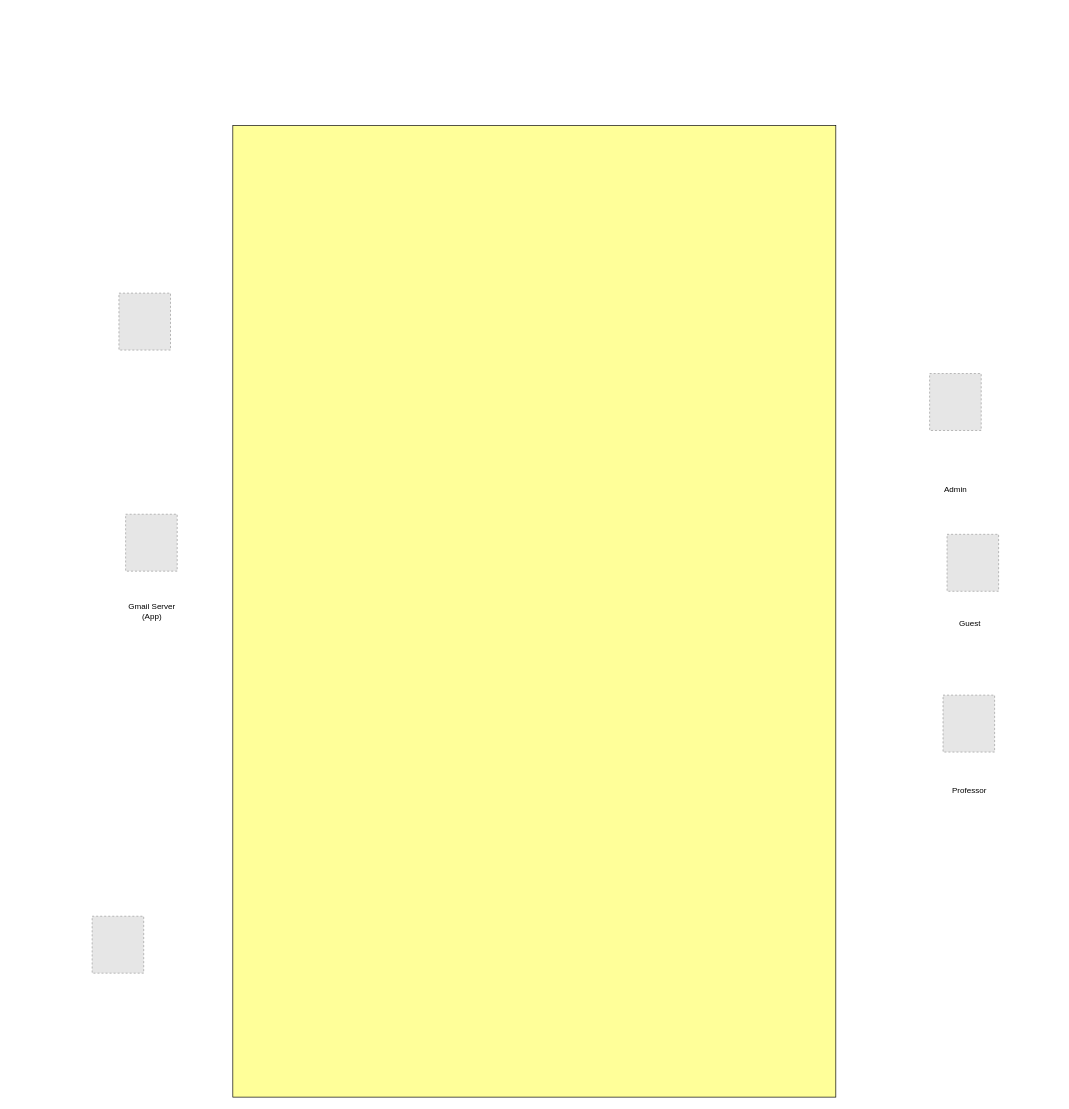
Earlier version of the draw.io diagram _UseCaseDiag.drawio (SairajLoke/SoftwareDiagrams). Source tidied: cells renumbered, new cells numbered last; positions are measured from the earlier drawing's top-left corner, leaving out a move shared by most shapes. Both pictures are drawn from the tidied source at 67%, with x=0, y=0 at pixel (92, 125). Pictures stored in the file or linked from it are replaced by grey dashed boxes.
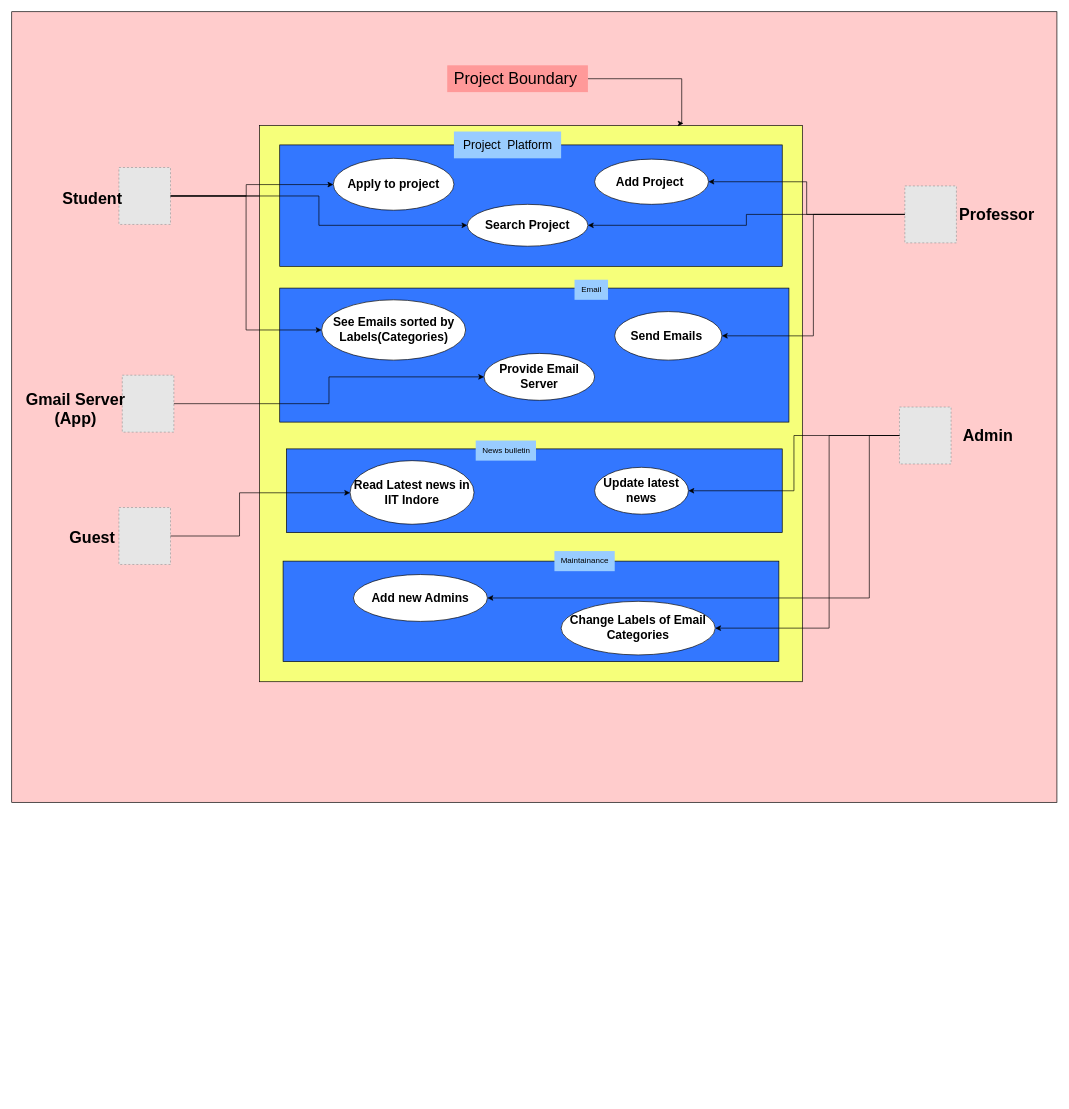
The same page after the edit.

The edit, as a diff of the source:
```diff
@@
+    <mxCell id="13" style="rounded=0;whiteSpace=wrap;html=1;fillColor=#FFCCCC;" parent="1" vertex="1">
+      <mxGeometry x="-120" y="-170" width="1560" height="1180" as="geometry" />
+    </mxCell>
+    <mxCell id="14" style="edgeStyle=orthogonalEdgeStyle;rounded=0;jettySize=auto;html=1;" parent="1" edge="1" source="7" target="33">
+      <mxGeometry relative="1" as="geometry" />
+    </mxCell>
-    <mxCell id="2" style="rounded=0;whiteSpace=wrap;html=1;fillColor=#FFFF99;" parent="1" vertex="1">
-      <mxGeometry x="210" width="900" height="1450" as="geometry" />
+    <mxCell id="2" style="rounded=0;whiteSpace=wrap;html=1;fillColor=#F6FF7A;" parent="1" vertex="1">
+      <mxGeometry x="250" width="810" height="830" as="geometry" />
     </mxCell>
     <mxCell id="3" style="fillColor=#E6E6E6;strokeColor=#999999;dashed=1;verticalLabelPosition=bottom;labelBackgroundColor=default;verticalAlign=top;" parent="1" vertex="1">
-      <mxGeometry x="1250" y="370" width="77" height="85" as="geometry" />
+      <mxGeometry x="1205" y="420" width="77" height="85" as="geometry" />
     </mxCell>
-    <mxCell id="4" style="fillColor=#E6E6E6;strokeColor=#999999;dashed=1;verticalLabelPosition=bottom;labelBackgroundColor=default;verticalAlign=top;" parent="1" vertex="1">
-      <mxGeometry y="1180" width="77" height="85" as="geometry" />
-    </mxCell>
     <mxCell id="5" style="fillColor=#E6E6E6;strokeColor=#999999;dashed=1;verticalLabelPosition=bottom;labelBackgroundColor=default;verticalAlign=top;" parent="1" vertex="1">
-      <mxGeometry x="1276" y="610" width="77" height="85" as="geometry" />
+      <mxGeometry x="40" y="570" width="77" height="85" as="geometry" />
     </mxCell>
     <mxCell id="6" style="fillColor=#E6E6E6;strokeColor=#999999;dashed=1;verticalLabelPosition=bottom;labelBackgroundColor=default;verticalAlign=top;" parent="1" vertex="1">
-      <mxGeometry x="50" y="580" width="77" height="85" as="geometry" />
+      <mxGeometry x="45" y="372.5" width="77" height="85" as="geometry" />
     </mxCell>
     <mxCell id="7" style="fillColor=#E6E6E6;strokeColor=#999999;dashed=1;verticalLabelPosition=bottom;labelBackgroundColor=default;verticalAlign=top;" parent="1" vertex="1">
-      <mxGeometry x="40" y="250" width="77" height="85" as="geometry" />
+      <mxGeometry x="40" y="62.5" width="77" height="85" as="geometry" />
     </mxCell>
     <mxCell id="8" style="fillColor=#E6E6E6;strokeColor=#999999;dashed=1;verticalLabelPosition=bottom;labelBackgroundColor=default;verticalAlign=top;" parent="1" vertex="1">
-      <mxGeometry x="1270" y="850" width="77" height="85" as="geometry" />
+      <mxGeometry x="1213" y="90" width="77" height="85" as="geometry" />
     </mxCell>
-    <mxCell id="9" value="Admin&amp;nbsp;" style="text;html=1;align=center;verticalAlign=middle;strokeColor=none;fillColor=none;" parent="1" vertex="1">
-      <mxGeometry x="1260" y="528" width="60" height="30" as="geometry" />
+    <mxCell id="9" value="&lt;font style=&quot;font-size: 24px;&quot;&gt;&lt;b&gt;Admin&amp;nbsp;&lt;/b&gt;&lt;/font&gt;" style="text;html=1;align=center;verticalAlign=middle;strokeColor=none;fillColor=none;" parent="1" vertex="1">
+      <mxGeometry x="1290" y="442.5" width="100" height="40" as="geometry" />
     </mxCell>
-    <mxCell id="10" value="Guest" style="text;html=1;align=center;verticalAlign=middle;strokeColor=none;fillColor=none;" parent="1" vertex="1">
-      <mxGeometry x="1280" y="728" width="60" height="30" as="geometry" />
+    <mxCell id="10" value="&lt;font style=&quot;font-size: 24px;&quot;&gt;&lt;b&gt;Guest&lt;/b&gt;&lt;/font&gt;" style="text;html=1;align=center;verticalAlign=middle;strokeColor=none;fillColor=none;" parent="1" vertex="1">
+      <mxGeometry x="-45" y="595" width="90" height="40" as="geometry" />
     </mxCell>
-    <mxCell id="11" value="Professor" style="text;html=1;align=center;verticalAlign=middle;strokeColor=none;fillColor=none;" parent="1" vertex="1">
-      <mxGeometry x="1273.5" y="977.5" width="70" height="30" as="geometry" />
+    <mxCell id="11" value="&lt;font style=&quot;font-size: 24px;&quot;&gt;&lt;b&gt;Professor&lt;/b&gt;&lt;/font&gt;" style="text;html=1;align=center;verticalAlign=middle;strokeColor=none;fillColor=none;" parent="1" vertex="1">
+      <mxGeometry x="1280" y="112.5" width="140" height="40" as="geometry" />
     </mxCell>
-    <mxCell id="12" value="Gmail Server&lt;br&gt;(App)" style="text;html=1;align=center;verticalAlign=middle;strokeColor=none;fillColor=none;" parent="1" vertex="1">
-      <mxGeometry x="43.5" y="705" width="90" height="40" as="geometry" />
+    <mxCell id="12" value="&lt;font style=&quot;font-size: 24px;&quot;&gt;&lt;b&gt;Gmail Server&lt;br&gt;(App)&lt;/b&gt;&lt;/font&gt;" style="text;html=1;align=center;verticalAlign=middle;strokeColor=none;fillColor=none;" parent="1" vertex="1">
+      <mxGeometry x="-110" y="387.5" width="170" height="70" as="geometry" />
     </mxCell>
+    <mxCell id="15" value="&lt;font style=&quot;font-size: 24px;&quot;&gt;&lt;b&gt;Student&lt;/b&gt;&lt;/font&gt;" style="text;html=1;align=center;verticalAlign=middle;strokeColor=none;fillColor=none;" parent="1" vertex="1">
+      <mxGeometry x="-55" y="90" width="110" height="40" as="geometry" />
+    </mxCell>
+    <mxCell id="16" style="rounded=0;whiteSpace=wrap;html=1;fillColor=#3377FF;" parent="1" vertex="1">
+      <mxGeometry x="280" y="242.5" width="760" height="200" as="geometry" />
+    </mxCell>
+    <mxCell id="17" value="Email" style="text;html=1;align=center;verticalAlign=middle;strokeColor=none;fillColor=#99CCFF;" parent="1" vertex="1">
+      <mxGeometry x="720" y="230" width="50" height="30" as="geometry" />
+    </mxCell>
+    <mxCell id="18" style="rounded=0;whiteSpace=wrap;html=1;fillColor=#3377FF;" parent="1" vertex="1">
+      <mxGeometry x="285" y="650" width="740" height="150" as="geometry" />
+    </mxCell>
+    <mxCell id="19" style="rounded=0;whiteSpace=wrap;html=1;fillColor=#3377FF;" parent="1" vertex="1">
+      <mxGeometry x="290" y="482.5" width="740" height="125" as="geometry" />
+    </mxCell>
+    <mxCell id="20" style="rounded=0;whiteSpace=wrap;html=1;fillColor=#3377FF;" parent="1" vertex="1">
+      <mxGeometry x="280" y="28.8" width="750" height="181.2" as="geometry" />
+    </mxCell>
+    <mxCell id="21" style="edgeStyle=orthogonalEdgeStyle;rounded=0;jettySize=auto;html=1;entryX=0.781;entryY=-0.004;entryDx=0;entryDy=0;entryPerimeter=0;" parent="1" edge="1" source="22" target="2">
+      <mxGeometry relative="1" as="geometry">
+        <Array as="points">
+          <mxPoint x="880" y="-70" />
+          <mxPoint x="880" y="-3" />
+        </Array>
+      </mxGeometry>
+    </mxCell>
+    <mxCell id="22" value="&lt;font style=&quot;font-size: 24px;&quot;&gt;Project Boundary&amp;nbsp;&lt;/font&gt;" style="text;html=1;align=center;verticalAlign=middle;points=[];strokeColor=none;fillColor=#FF9999;" parent="1" vertex="1">
+      <mxGeometry x="530" y="-90" width="210" height="40" as="geometry" />
+    </mxCell>
+    <mxCell id="23" value="&lt;font style=&quot;font-size: 18px;&quot;&gt;Project&amp;nbsp; Platform&lt;/font&gt;" style="text;html=1;align=center;verticalAlign=middle;strokeColor=none;fillColor=#99CCFF;" parent="1" vertex="1">
+      <mxGeometry x="540" y="8.8" width="160" height="40" as="geometry" />
+    </mxCell>
+    <mxCell id="24" value="News bulletin" style="text;html=1;align=center;verticalAlign=middle;strokeColor=none;fillColor=#99CCFF;" parent="1" vertex="1">
+      <mxGeometry x="572.5" y="470" width="90" height="30" as="geometry" />
+    </mxCell>
+    <mxCell id="25" value="&lt;font style=&quot;font-size: 18px;&quot;&gt;&lt;b&gt;Provide Email Server&lt;/b&gt;&lt;/font&gt;" style="ellipse;whiteSpace=wrap;html=1;" parent="1" vertex="1">
+      <mxGeometry x="585" y="340" width="165" height="70" as="geometry" />
+    </mxCell>
+    <mxCell id="26" value="&lt;font style=&quot;font-size: 18px;&quot;&gt;&lt;b&gt;Change Labels of Email Categories&lt;/b&gt;&lt;/font&gt;" style="ellipse;whiteSpace=wrap;html=1;" parent="1" vertex="1">
+      <mxGeometry x="700" y="710" width="230" height="80" as="geometry" />
+    </mxCell>
+    <mxCell id="27" value="&lt;font style=&quot;font-size: 18px;&quot;&gt;&lt;b&gt;Update latest news&lt;/b&gt;&lt;/font&gt;" style="ellipse;whiteSpace=wrap;html=1;" parent="1" vertex="1">
+      <mxGeometry x="750" y="510" width="140" height="70" as="geometry" />
+    </mxCell>
+    <mxCell id="28" value="&lt;font style=&quot;font-size: 18px;&quot;&gt;&lt;b&gt;Read Latest news in IIT Indore&lt;/b&gt;&lt;/font&gt;" style="ellipse;whiteSpace=wrap;html=1;" parent="1" vertex="1">
+      <mxGeometry x="385" y="500" width="185" height="95" as="geometry" />
+    </mxCell>
+    <mxCell id="29" value="&lt;font style=&quot;font-size: 18px;&quot;&gt;&lt;b&gt;Add new Admins&lt;/b&gt;&lt;/font&gt;" style="ellipse;whiteSpace=wrap;html=1;" parent="1" vertex="1">
+      <mxGeometry x="390" y="670" width="200" height="70" as="geometry" />
+    </mxCell>
+    <mxCell id="30" value="Maintainance" style="text;html=1;align=center;verticalAlign=middle;strokeColor=none;fillColor=#99CCFF;" parent="1" vertex="1">
+      <mxGeometry x="690" y="635" width="90" height="30" as="geometry" />
+    </mxCell>
+    <mxCell id="31" value="&lt;font style=&quot;font-size: 18px;&quot;&gt;&lt;b&gt;See Emails sorted by Labels(Categories)&lt;/b&gt;&lt;/font&gt;" style="ellipse;whiteSpace=wrap;html=1;" parent="1" vertex="1">
+      <mxGeometry x="342.5" y="260" width="215" height="90" as="geometry" />
+    </mxCell>
+    <mxCell id="32" value="&lt;font style=&quot;font-size: 18px;&quot;&gt;&lt;b&gt;Send Emails&amp;nbsp;&lt;/b&gt;&lt;/font&gt;" style="ellipse;whiteSpace=wrap;html=1;" parent="1" vertex="1">
+      <mxGeometry x="780" y="277.5" width="160" height="72.5" as="geometry" />
+    </mxCell>
+    <mxCell id="33" value="&lt;font style=&quot;font-size: 18px;&quot;&gt;&lt;b&gt;Search Project&lt;/b&gt;&lt;/font&gt;" style="ellipse;whiteSpace=wrap;html=1;" parent="1" vertex="1">
+      <mxGeometry x="560" y="117.5" width="180" height="62.5" as="geometry" />
+    </mxCell>
+    <mxCell id="34" value="&lt;font style=&quot;font-size: 18px;&quot;&gt;&lt;b&gt;Apply to project&lt;/b&gt;&lt;/font&gt;" style="ellipse;whiteSpace=wrap;html=1;fillColor=#FFFFFF;" parent="1" vertex="1">
+      <mxGeometry x="360" y="48.8" width="180" height="77.5" as="geometry" />
+    </mxCell>
+    <mxCell id="35" value="&lt;font style=&quot;font-size: 18px;&quot;&gt;&lt;b&gt;Add Project&amp;nbsp;&lt;/b&gt;&lt;/font&gt;" style="ellipse;whiteSpace=wrap;html=1;" parent="1" vertex="1">
+      <mxGeometry x="750" y="50" width="170" height="67.5" as="geometry" />
+    </mxCell>
+    <mxCell id="36" style="edgeStyle=orthogonalEdgeStyle;rounded=0;jettySize=auto;html=1;entryX=1;entryY=0.5;entryDx=0;entryDy=0;" parent="1" edge="1" source="8" target="33">
+      <mxGeometry relative="1" as="geometry" />
+    </mxCell>
+    <mxCell id="37" style="edgeStyle=orthogonalEdgeStyle;rounded=0;jettySize=auto;html=1;entryX=1;entryY=0.5;entryDx=0;entryDy=0;" parent="1" edge="1" source="8" target="35">
+      <mxGeometry relative="1" as="geometry" />
+    </mxCell>
+    <mxCell id="38" style="edgeStyle=orthogonalEdgeStyle;rounded=0;jettySize=auto;html=1;entryX=1;entryY=0.5;entryDx=0;entryDy=0;" parent="1" edge="1" source="8" target="32">
+      <mxGeometry relative="1" as="geometry" />
+    </mxCell>
+    <mxCell id="39" style="edgeStyle=orthogonalEdgeStyle;rounded=0;jettySize=auto;html=1;entryX=1;entryY=0.5;entryDx=0;entryDy=0;" parent="1" edge="1" source="3" target="29">
+      <mxGeometry relative="1" as="geometry">
+        <Array as="points">
+          <mxPoint x="1160" y="462" />
+          <mxPoint x="1160" y="705" />
+        </Array>
+      </mxGeometry>
+    </mxCell>
+    <mxCell id="40" style="edgeStyle=orthogonalEdgeStyle;rounded=0;jettySize=auto;html=1;entryX=1;entryY=0.5;entryDx=0;entryDy=0;" parent="1" edge="1" source="3" target="27">
+      <mxGeometry relative="1" as="geometry" />
+    </mxCell>
+    <mxCell id="41" style="edgeStyle=orthogonalEdgeStyle;rounded=0;jettySize=auto;html=1;" parent="1" edge="1" source="7" target="34">
+      <mxGeometry relative="1" as="geometry">
+        <Array as="points">
+          <mxPoint x="230" y="105" />
+          <mxPoint x="230" y="88" />
+        </Array>
+      </mxGeometry>
+    </mxCell>
+    <mxCell id="42" style="edgeStyle=orthogonalEdgeStyle;rounded=0;jettySize=auto;html=1;entryX=0;entryY=0.5;entryDx=0;entryDy=0;" parent="1" edge="1" source="7" target="33">
+      <mxGeometry relative="1" as="geometry" />
+    </mxCell>
+    <mxCell id="43" style="edgeStyle=orthogonalEdgeStyle;rounded=0;jettySize=auto;html=1;entryX=0;entryY=0.5;entryDx=0;entryDy=0;" parent="1" edge="1" source="6" target="25">
+      <mxGeometry relative="1" as="geometry" />
+    </mxCell>
+    <mxCell id="44" style="edgeStyle=orthogonalEdgeStyle;rounded=0;jettySize=auto;html=1;entryX=0;entryY=0.5;entryDx=0;entryDy=0;fillColor=#FFFFFF;" parent="1" edge="1" source="7" target="31">
+      <mxGeometry relative="1" as="geometry" />
+    </mxCell>
+    <mxCell id="45" style="edgeStyle=orthogonalEdgeStyle;rounded=0;jettySize=auto;html=1;entryX=1;entryY=0.5;entryDx=0;entryDy=0;" parent="1" edge="1" source="3" target="26">
+      <mxGeometry relative="1" as="geometry">
+        <Array as="points">
+          <mxPoint x="1100" y="463" />
+          <mxPoint x="1100" y="750" />
+        </Array>
+      </mxGeometry>
+    </mxCell>
+    <mxCell id="46" style="edgeStyle=orthogonalEdgeStyle;rounded=0;jettySize=auto;html=1;" parent="1" edge="1" source="5" target="28">
+      <mxGeometry relative="1" as="geometry">
+        <Array as="points">
+          <mxPoint x="220" y="613" />
+          <mxPoint x="220" y="548" />
+        </Array>
+      </mxGeometry>
+    </mxCell>
```
